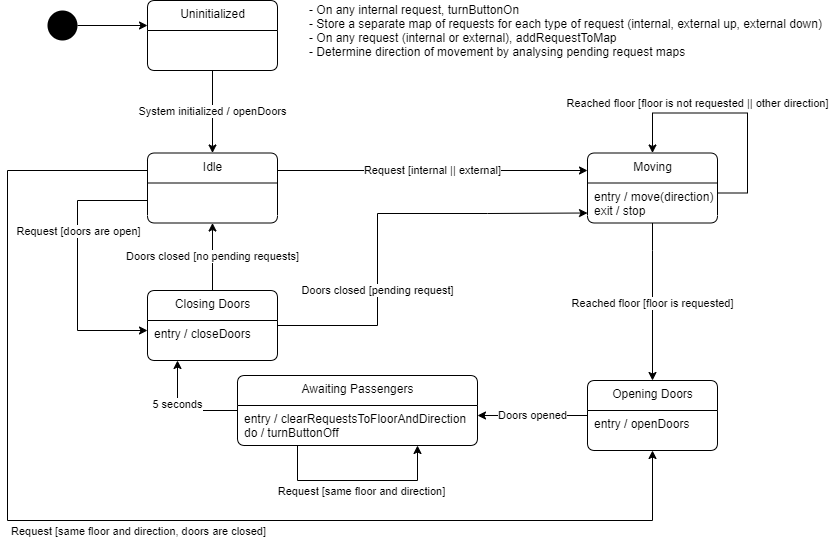
Earlier version of the draw.io export detalhado/elevator_state_machine.png (danilofuchs/TM4C1294_Elevator_Control). Source tidied: cells renumbered, new cells last; positions are measured from the earlier drawing's top-left corner, leaving out a move shared by most shapes.
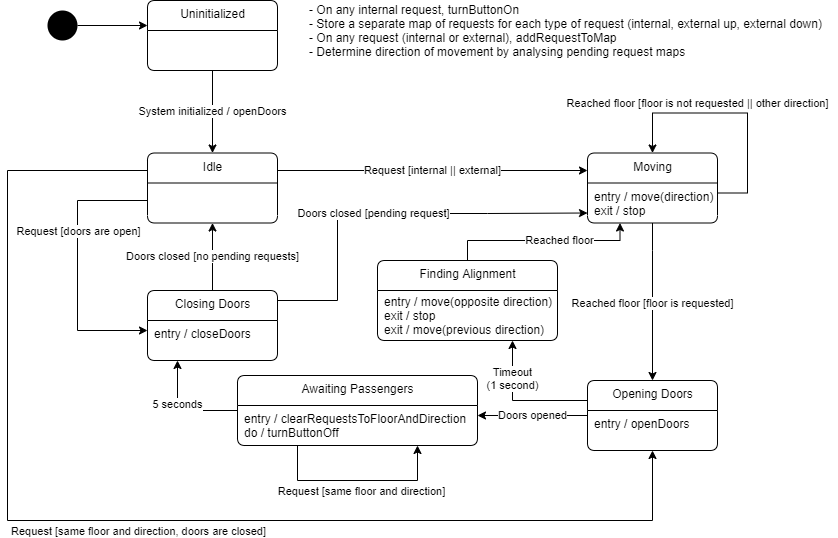
The same file after the commit.

Diff of the diagram source:
```diff
@@ -72,10 +72,10 @@
       </mxGeometry>
     </mxCell>
     <mxCell id="15" value="Doors closed [pending request]" style="edgeStyle=orthogonalEdgeStyle;rounded=0;jettySize=auto;html=1;entryX=0;entryY=0.75;entryDx=0;entryDy=0;" parent="1" edge="1" source="16" target="13">
-      <mxGeometry x="-0.36" relative="1" as="geometry">
+      <mxGeometry x="-0.08" relative="1" as="geometry">
         <Array as="points">
-          <mxPoint x="370" y="325" />
-          <mxPoint x="370" y="213" />
+          <mxPoint x="330" y="300" />
+          <mxPoint x="330" y="213" />
           <mxPoint x="480" y="213" />
         </Array>
       </mxGeometry>
@@ -89,6 +89,14 @@
     <mxCell id="18" value="Doors opened" style="edgeStyle=orthogonalEdgeStyle;rounded=0;jettySize=auto;html=1;entryX=1;entryY=0.25;entryDx=0;entryDy=0;" parent="1" edge="1" source="19" target="23">
       <mxGeometry relative="1" as="geometry" />
     </mxCell>
+    <mxCell id="29" value="Timeout&lt;br&gt;(1 second)" style="edgeStyle=orthogonalEdgeStyle;rounded=0;jettySize=auto;html=1;exitX=0;exitY=0.25;exitDx=0;exitDy=0;entryX=0.75;entryY=1;entryDx=0;entryDy=0;" parent="1" edge="1" source="19" target="33">
+      <mxGeometry x="0.46" relative="1" as="geometry">
+        <Array as="points">
+          <mxPoint x="580" y="400" />
+          <mxPoint x="505" y="400" />
+        </Array>
+      </mxGeometry>
+    </mxCell>
     <mxCell id="19" value="Opening Doors" style="swimlane;fontStyle=0;align=center;verticalAlign=top;horizontal=1;startSize=30;html=1;rounded=1;absoluteArcSize=1;arcSize=15;glass=0;backgroundOutline=0;" parent="1" vertex="1">
       <mxGeometry x="580" y="380" width="130" height="70" as="geometry" />
     </mxCell>
@@ -134,5 +142,22 @@
     <mxCell id="28" value="- On any internal&amp;nbsp;request, turnButtonOn&lt;br&gt;- Store a separate map of requests for each type of request (internal, external up, external down)&lt;br&gt;- On any request (internal or external), addRequestToMap&lt;br&gt;&lt;div&gt;&lt;span&gt;- Determine direction of movement by analysing pending request maps&lt;/span&gt;&lt;/div&gt;" style="text;html=1;align=left;verticalAlign=middle;strokeColor=none;" parent="1" vertex="1">
       <mxGeometry x="300" width="530" height="60" as="geometry" />
     </mxCell>
+    <mxCell id="30" style="edgeStyle=orthogonalEdgeStyle;rounded=0;jettySize=auto;html=1;entryX=0.25;entryY=1;entryDx=0;entryDy=0;" parent="1" edge="1" source="32" target="13">
+      <mxGeometry relative="1" as="geometry">
+        <Array as="points">
+          <mxPoint x="460" y="240" />
+          <mxPoint x="613" y="240" />
+        </Array>
+      </mxGeometry>
+    </mxCell>
+    <mxCell id="31" value="Reached floor" style="edgeLabel;html=1;align=center;verticalAlign=middle;" parent="30" vertex="1">
+      <mxGeometry x="0.16" y="1" relative="1" as="geometry" />
+    </mxCell>
+    <mxCell id="32" value="Finding Alignment" style="swimlane;fontStyle=0;align=center;verticalAlign=top;horizontal=1;startSize=30;html=1;rounded=1;absoluteArcSize=1;arcSize=15;glass=0;backgroundOutline=0;" parent="1" vertex="1">
+      <mxGeometry x="370" y="260" width="180" height="80" as="geometry" />
+    </mxCell>
+    <mxCell id="33" value="entry / move(opposite direction)&#10;exit / stop&#10;exit / move(previous direction)" style="fillColor=none;strokeColor=none;align=left;verticalAlign=middle;spacingLeft=5;" parent="32" vertex="1">
+      <mxGeometry y="30" width="180" height="50" as="geometry" />
+    </mxCell>
   </root>
 </mxGraphModel>
```
